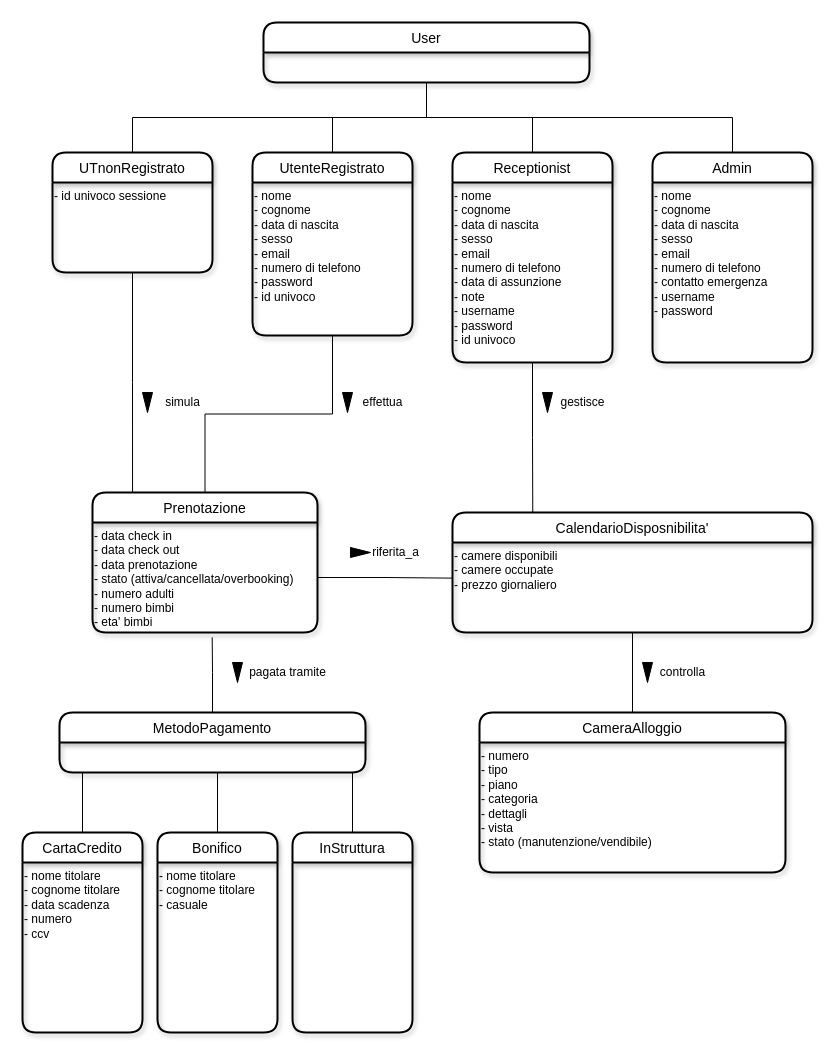
This is Documentazione/ModelloConcettuale2.drawio from riccardobeniamino/ProgWebGruppo3, a draw.io file, before an edit. Source tidied: cells renumbered, new cells numbered last; positions are measured from the earlier drawing's top-left corner, leaving out a move shared by most shapes. Both pictures are drawn from the tidied source at 100%, with x=0, y=0 at pixel (22, 22).
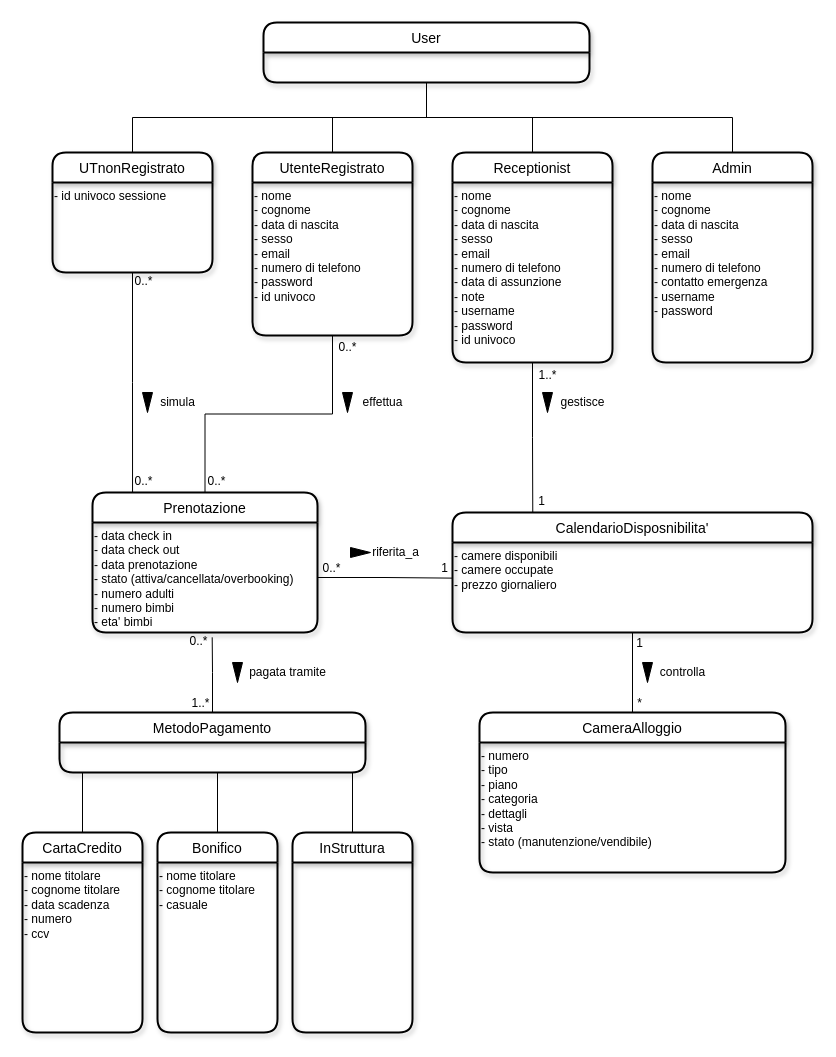
The same page after the edit.

Commit message:
Aggiunti numeri er

Diff of the diagram source:
```diff
@@
     <mxCell id="26" value="simula" style="text;html=1;align=center;verticalAlign=middle;strokeColor=none;fillColor=none;" parent="1" vertex="1">
-      <mxGeometry x="135" y="370" width="50" height="20" as="geometry" />
+      <mxGeometry x="130" y="370" width="50" height="20" as="geometry" />
     </mxCell>
@@
+    <mxCell id="48" value="0..*" style="text;html=1;align=center;verticalAlign=middle;strokeColor=none;fillColor=none;" parent="1" vertex="1">
+      <mxGeometry x="107" y="250" width="28" height="18" as="geometry" />
+    </mxCell>
+    <mxCell id="49" value="0..*" style="text;html=1;align=center;verticalAlign=middle;strokeColor=none;fillColor=none;" parent="1" vertex="1">
+      <mxGeometry x="107" y="450" width="28" height="18" as="geometry" />
+    </mxCell>
+    <mxCell id="50" value="0..*" style="text;html=1;align=center;verticalAlign=middle;strokeColor=none;fillColor=none;" parent="1" vertex="1">
+      <mxGeometry x="311" y="316" width="28" height="18" as="geometry" />
+    </mxCell>
+    <mxCell id="51" value="0..*" style="text;html=1;align=center;verticalAlign=middle;strokeColor=none;fillColor=none;" parent="1" vertex="1">
+      <mxGeometry x="180" y="450" width="28" height="18" as="geometry" />
+    </mxCell>
+    <mxCell id="52" value="1..*" style="text;html=1;align=center;verticalAlign=middle;strokeColor=none;fillColor=none;" parent="1" vertex="1">
+      <mxGeometry x="511" y="344" width="28" height="18" as="geometry" />
+    </mxCell>
+    <mxCell id="53" value="1" style="text;html=1;align=center;verticalAlign=middle;strokeColor=none;fillColor=none;" parent="1" vertex="1">
+      <mxGeometry x="511" y="470" width="16" height="18" as="geometry" />
+    </mxCell>
+    <mxCell id="54" value="0..*" style="text;html=1;align=center;verticalAlign=middle;strokeColor=none;fillColor=none;" parent="1" vertex="1">
+      <mxGeometry x="162" y="610" width="28" height="18" as="geometry" />
+    </mxCell>
+    <mxCell id="55" value="1..*" style="text;html=1;align=center;verticalAlign=middle;strokeColor=none;fillColor=none;" parent="1" vertex="1">
+      <mxGeometry x="164" y="672" width="28" height="18" as="geometry" />
+    </mxCell>
+    <mxCell id="56" value="0..*" style="text;html=1;align=center;verticalAlign=middle;strokeColor=none;fillColor=none;" parent="1" vertex="1">
+      <mxGeometry x="295" y="537" width="28" height="18" as="geometry" />
+    </mxCell>
+    <mxCell id="57" value="1" style="text;html=1;align=center;verticalAlign=middle;strokeColor=none;fillColor=none;" parent="1" vertex="1">
+      <mxGeometry x="414" y="537" width="16" height="18" as="geometry" />
+    </mxCell>
+    <mxCell id="58" value="1" style="text;html=1;align=center;verticalAlign=middle;strokeColor=none;fillColor=none;" parent="1" vertex="1">
+      <mxGeometry x="609" y="612" width="16" height="18" as="geometry" />
+    </mxCell>
+    <mxCell id="59" value="*" style="text;html=1;align=center;verticalAlign=middle;strokeColor=none;fillColor=none;" parent="1" vertex="1">
+      <mxGeometry x="609.5" y="672" width="15" height="18" as="geometry" />
+    </mxCell>
```
